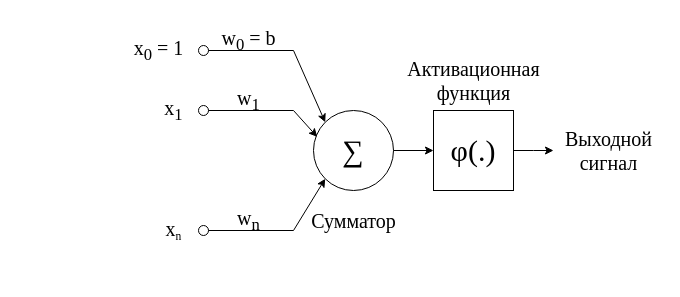
Above: page "neuron" (3 of 6) of docs/main/img/schemas.drawio in MyMiDiII/bmstu-diploma-li (draw.io), before the change. Source tidied: cells renumbered, new cells numbered last; positions are measured from the earlier drawing's top-left corner, leaving out a move shared by most shapes. Both pictures are drawn from the tidied source at 100%, with x=0, y=0 at pixel (123, 20).
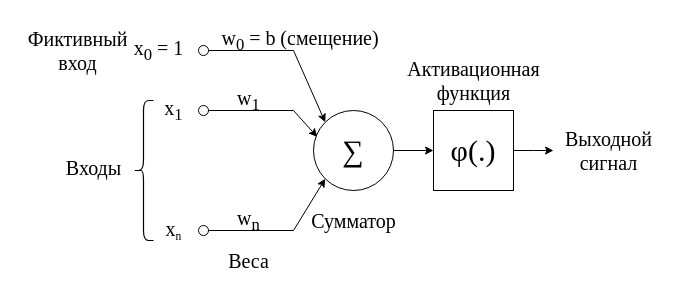
Above is the later version.

The edit, as a diff of the source:
```diff
@@
+    <mxCell id="18" style="shape=curlyBracket;whiteSpace=wrap;html=1;rounded=1;labelPosition=left;verticalLabelPosition=middle;align=right;verticalAlign=middle;strokeWidth=1.2;" parent="1" vertex="1">
+      <mxGeometry x="10" y="80" width="20" height="140" as="geometry" />
+    </mxCell>
+    <mxCell id="19" value="&lt;font face=&quot;Times New Roman&quot;&gt;&lt;span style=&quot;font-size: 20px;&quot;&gt;Входы&lt;/span&gt;&lt;/font&gt;" style="text;html=1;align=center;verticalAlign=middle;strokeColor=none;fillColor=none;" parent="1" vertex="1">
+      <mxGeometry x="-70" y="127" width="80" height="40" as="geometry" />
+    </mxCell>
+    <mxCell id="20" value="&lt;font face=&quot;Times New Roman&quot;&gt;&lt;span style=&quot;font-size: 20px;&quot;&gt;Веса&lt;br&gt;&lt;/span&gt;&lt;/font&gt;" style="text;html=1;align=center;verticalAlign=middle;strokeColor=none;fillColor=none;" parent="1" vertex="1">
+      <mxGeometry x="95" y="220" width="60" height="40" as="geometry" />
+    </mxCell>
+    <mxCell id="21" value="&lt;font face=&quot;Times New Roman&quot;&gt;&lt;span style=&quot;font-size: 20px;&quot;&gt;(смещение)&lt;br&gt;&lt;/span&gt;&lt;/font&gt;" style="text;html=1;align=center;verticalAlign=middle;strokeColor=none;fillColor=none;" parent="1" vertex="1">
+      <mxGeometry x="146" y="-3" width="120" height="40" as="geometry" />
+    </mxCell>
+    <mxCell id="22" value="&lt;font face=&quot;Times New Roman&quot;&gt;&lt;span style=&quot;font-size: 20px;&quot;&gt;Фиктивный&lt;br&gt;вход&lt;br&gt;&lt;/span&gt;&lt;/font&gt;" style="text;html=1;align=center;verticalAlign=middle;strokeColor=none;fillColor=none;" parent="1" vertex="1">
+      <mxGeometry x="-106" width="120" height="60" as="geometry" />
+    </mxCell>
```
